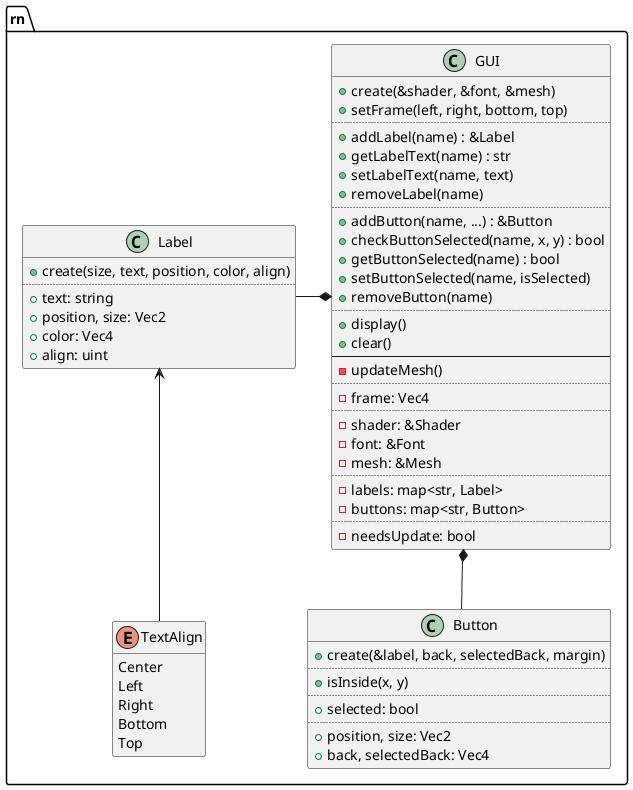
Above: design/gui.png in ba6er/marblemaze (PlantUML), before the change.
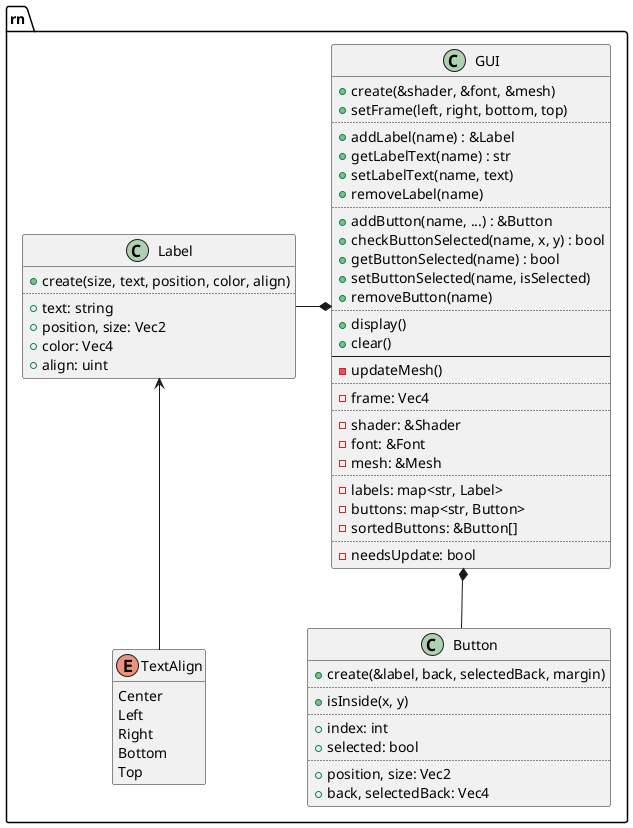
The same diagram one commit later.

Commit message:
Added button sorting in GUI, added frames in different parts of the UI

Diff of the diagram source:
```diff
@@ -29,6 +29,7 @@
 	..
 	-labels: map<str, Label>
 	-buttons: map<str, Button>
+	-sortedButtons: &Button[]
 	..
 	-needsUpdate: bool
 }
@@ -56,6 +57,7 @@
 	..
 	+isInside(x, y)
 	..
+	+index: int
 	+selected: bool
 	..
 	+position, size: Vec2
```
